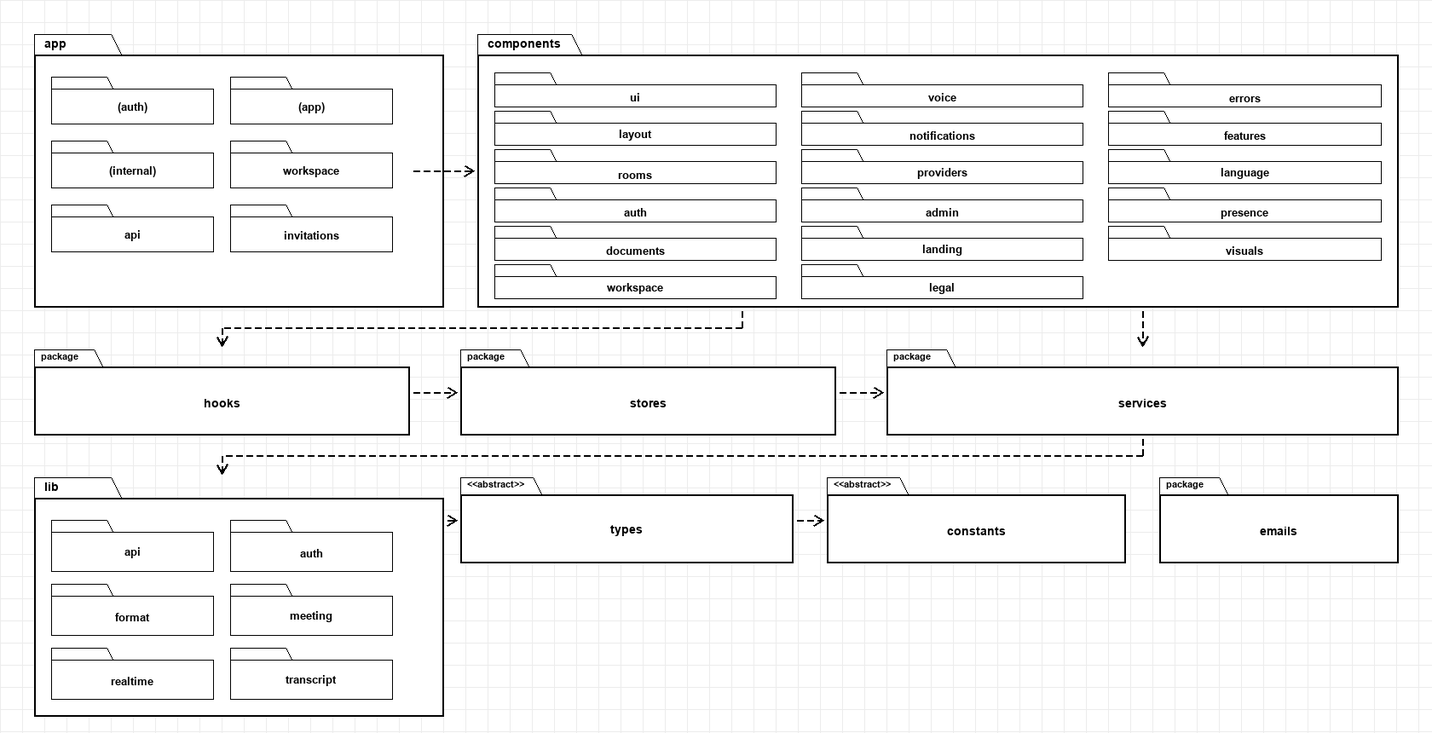
The PlantUML diagram .agents/resources/package diagram/frontend-package-diagram.png in WarpTalk-CapstoneProject/warptalk-backend, before a commit. Its source is kept beside it as .agents/resources/package diagram/frontend-package-diagram.puml.
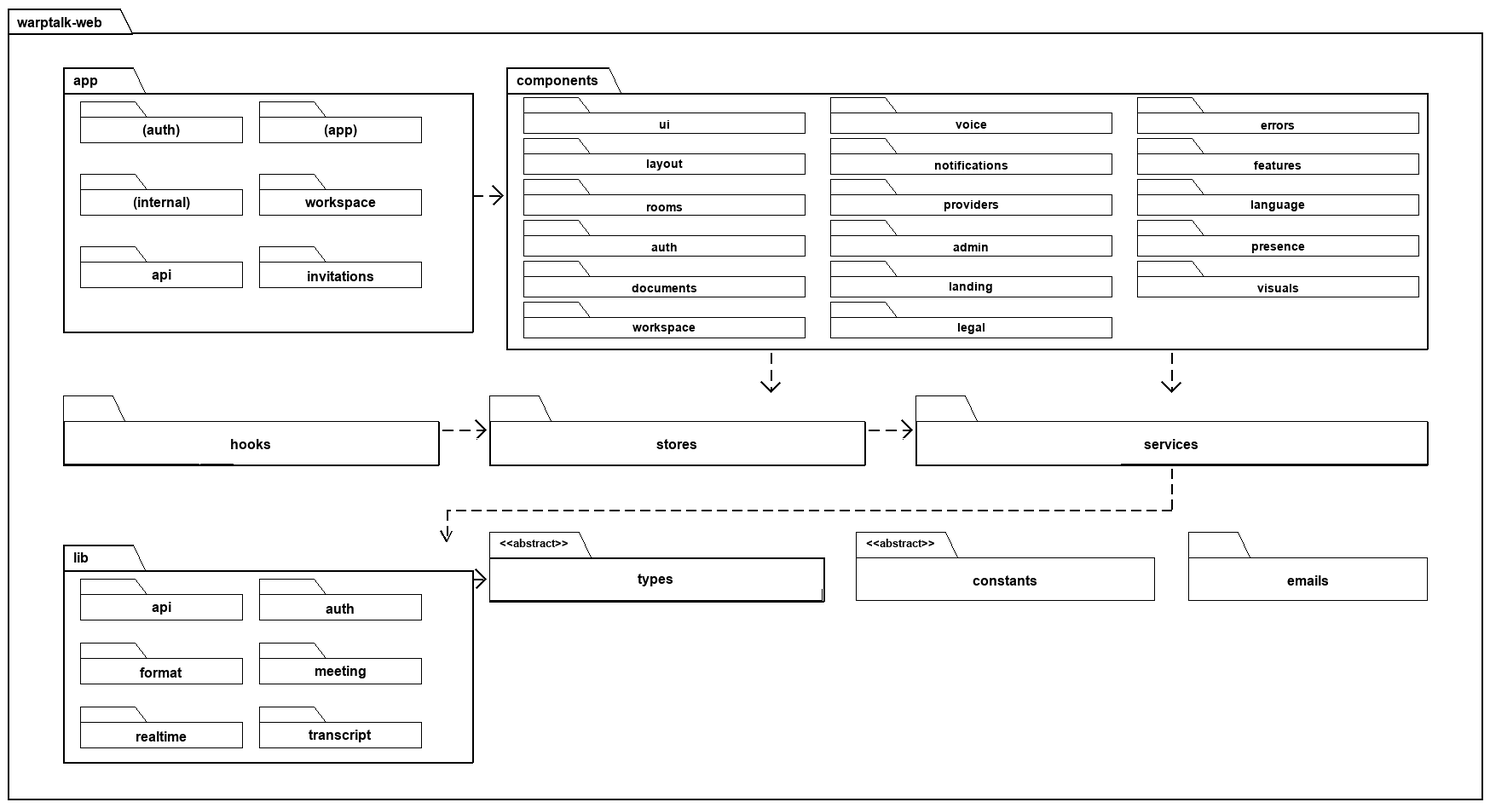
The same file after the commit.

Change to the diagram source:
```diff
@@ -1,5 +1,4 @@
 @startuml
-title Frontend Package Diagram (warptalk-web/src)
 
 left to right direction
 hide circle
@@ -16,69 +15,64 @@
 skinparam packageBorderColor Black
 skinparam ArrowColor Black
 
-package "app" as AppPkg {
-  package "(auth)" as AuthRoute
-  package "(app)" as AppRoute
-  package "(internal)" as InternalRoute
-  package "workspace" as WorkspaceRoute
-  package "api" as ApiRoute
-  package "invitations" as InvitationsRoute
+package "warptalk-web" as WebRoot {
+  package "app" as AppPkg {
+    package "(auth)" as AuthRoute
+    package "(app)" as AppRoute
+    package "(internal)" as InternalRoute
+    package "workspace" as WorkspaceRoute
+    package "api" as ApiRoute
+    package "invitations" as InvitationsRoute
+  }
+
+  package "components" as CompPkg {
+    package ui
+    package layout
+    package rooms
+    package auth
+    package documents
+    package workspace as compWorkspace
+    package voice
+    package notifications
+    package providers
+    package admin
+    package landing
+    package legal
+    package errors
+    package features as compFeatures
+    package language
+    package presence as compPresence
+    package visuals
+  }
+
+  package "lib" as LibPkg {
+    package api as libApi
+    package auth as libAuth
+    package format
+    package meeting
+    package realtime
+    package transcript
+  }
+
+  package "hooks"
+
+  package "stores"
+
+  package "services"
+
+  package "types <<abstract>>"
+
+  package "constants <<abstract>>"
+
+  package "emails"
+
+  AppPkg ..> CompPkg
+  CompPkg ..> "hooks"
+  CompPkg ..> "services"
+  "hooks" ..> "stores"
+  "stores" ..> "services"
+  "services" ..> LibPkg
+  LibPkg ..> "types <<abstract>>"
 }
 
-package "components" as CompPkg {
-  package ui
-  package layout
-  package rooms
-  package auth
-  package documents
-  package workspace as compWorkspace
-  package voice
-  package notifications
-  package providers
-  package admin
-  package landing
-  package legal
-  package errors
-  package features as compFeatures
-  package language
-  package presence as compPresence
-  package visuals
-}
-
-package "lib" as LibPkg {
-  package api as libApi
-  package auth as libAuth
-  package format
-  package meeting
-  package realtime
-  package transcript
-}
-
-package "hooks" as HooksPkg {
-}
-
-package "stores" as StoresPkg {
-}
-
-package "services" as ServicesPkg {
-}
-
-package "types <<abstract>>" as TypesPkg {
-}
-
-package "constants <<abstract>>" as ConstantsPkg {
-}
-
-package "emails" as EmailsPkg {
-}
-
-AppPkg ..> CompPkg
-CompPkg ..> HooksPkg
-CompPkg ..> ServicesPkg
-HooksPkg ..> StoresPkg
-StoresPkg ..> ServicesPkg
-ServicesPkg ..> LibPkg
-LibPkg ..> TypesPkg
-TypesPkg ..> ConstantsPkg
-
 @enduml
```
